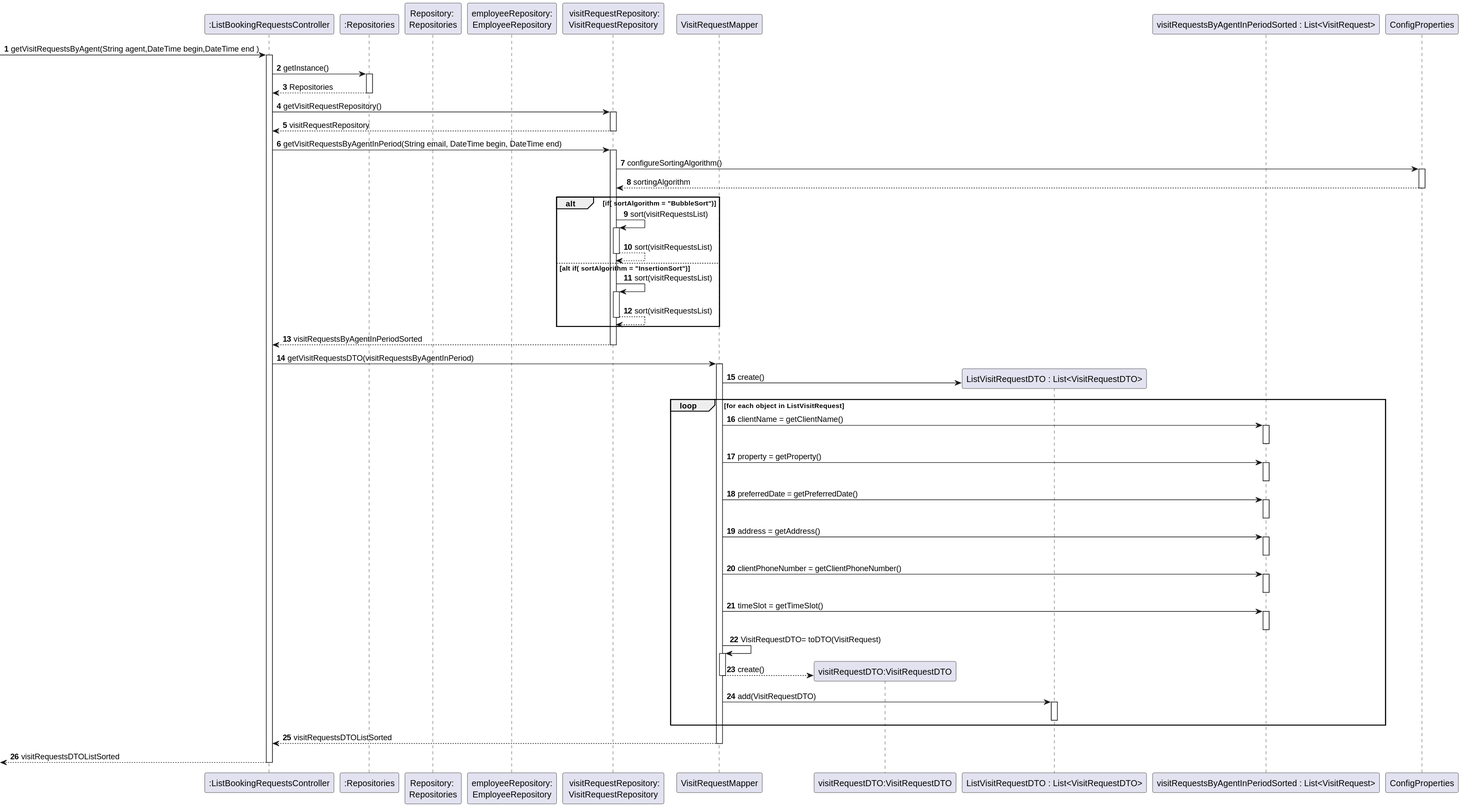
Before: docs/sprintD/us015/03.design/svg/us015-sequence-diagram-partial-get-Visit-Requests-Ascendig-Order.svg, a diagram exported from PlantUML (Shushizinho/RealEstateUSASystem). Source of this version:
```plantuml
@startuml





participant ":ListBookingRequestsController" as CTRL
participant ":Repositories" as MainRepository
participant "Repository: \nRepositories" as Repository

participant "employeeRepository:\nEmployeeRepository" as ER
participant " visitRequestRepository:\nVisitRequestRepository" as VRR




participant "VisitRequestMapper" as VRM
participant "visitRequestDTO:VisitRequestDTO" as VVRDTO
participant "ListVisitRequestDTO : List<VisitRequestDTO>" as VRDTO
participant "visitRequestsByAgentInPeriodSorted : List<VisitRequest>" as VR


autonumber


 -> CTRL: getVisitRequestsByAgent(String agent,DateTime begin,DateTime end )
       activate CTRL


      CTRL -> MainRepository : getInstance()
         activate MainRepository

         MainRepository -->CTRL : Repositories
         deactivate MainRepository

         CTRL -> VRR: getVisitRequestRepository()
         activate VRR

         VRR --> CTRL: visitRequestRepository
         deactivate VRR

         CTRL -> VRR : getVisitRequestsByAgentInPeriod(String email, DateTime begin, DateTime end)
         activate VRR
      VRR -> ConfigProperties: configureSortingAlgorithm()
         activate ConfigProperties

         ConfigProperties --> VRR: sortingAlgorithm

         deactivate ConfigProperties


         alt if( sortAlgorithm = "BubbleSort")


       VRR -> VRR: sort(visitRequestsList)
       activate VRR

        VRR --> VRR: sort(visitRequestsList)
              deactivate VRR


              else alt if( sortAlgorithm = "InsertionSort")

               VRR -> VRR: sort(visitRequestsList)
                     activate VRR

                      VRR --> VRR: sort(visitRequestsList)
                            deactivate VRR









         end group



         VRR --> CTRL: visitRequestsByAgentInPeriodSorted
         deactivate VRR

          CTRL -> VRM: getVisitRequestsDTO(visitRequestsByAgentInPeriod)
             activate VRM

        VRM -> VRDTO**: create()

      loop for each object in ListVisitRequest



    VRM-> VR: clientName = getClientName()
    activate VR
    deactivate VR

     VRM-> VR: property = getProperty()
     activate VR
     deactivate VR

     VRM-> VR: preferredDate = getPreferredDate()
     activate VR
     deactivate VR


     VRM-> VR: address = getAddress()
     activate VR
     deactivate VR




     VRM-> VR: clientPhoneNumber = getClientPhoneNumber()
     activate VR
     deactivate VR



     VRM-> VR: timeSlot = getTimeSlot()
      activate VR
     deactivate VR

      VRM-> VRM: VisitRequestDTO= toDTO(VisitRequest)
            activate VRM

            VRM --> VVRDTO**: create()
            deactivate VRM


            VRM -> VRDTO: add(VisitRequestDTO)
            activate VRDTO
            deactivate VRDTO



            end group


            VRM --> CTRL: visitRequestsDTOListSorted
            deactivate VRM

            <-- CTRL:visitRequestsDTOListSorted
            deactivate CTRL
@enduml
```
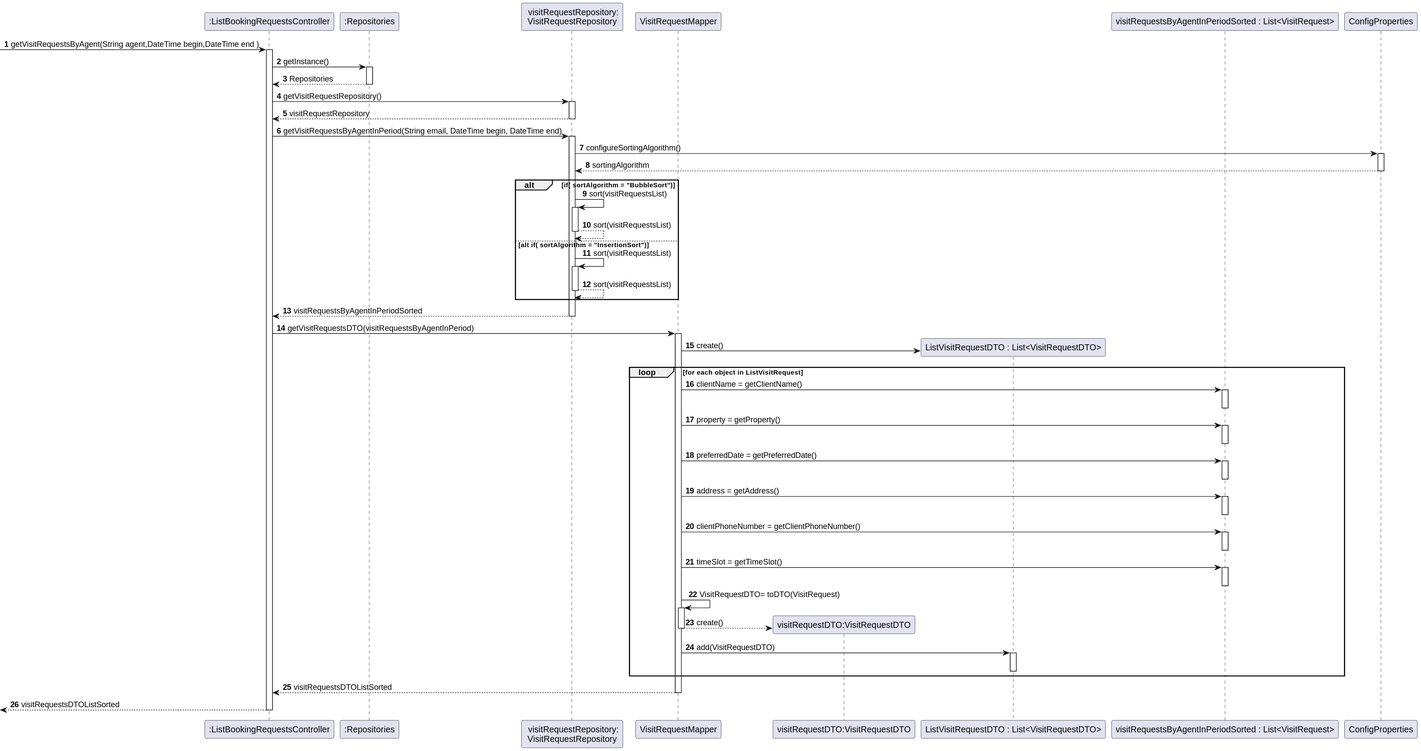
Above is the later version.

The edit, as a diff of the source:
```diff
@@ -6,9 +6,9 @@
 
 participant ":ListBookingRequestsController" as CTRL
 participant ":Repositories" as MainRepository
-participant "Repository: \nRepositories" as Repository
 
-participant "employeeRepository:\nEmployeeRepository" as ER
+
+
 participant " visitRequestRepository:\nVisitRequestRepository" as VRR
 
 
```
